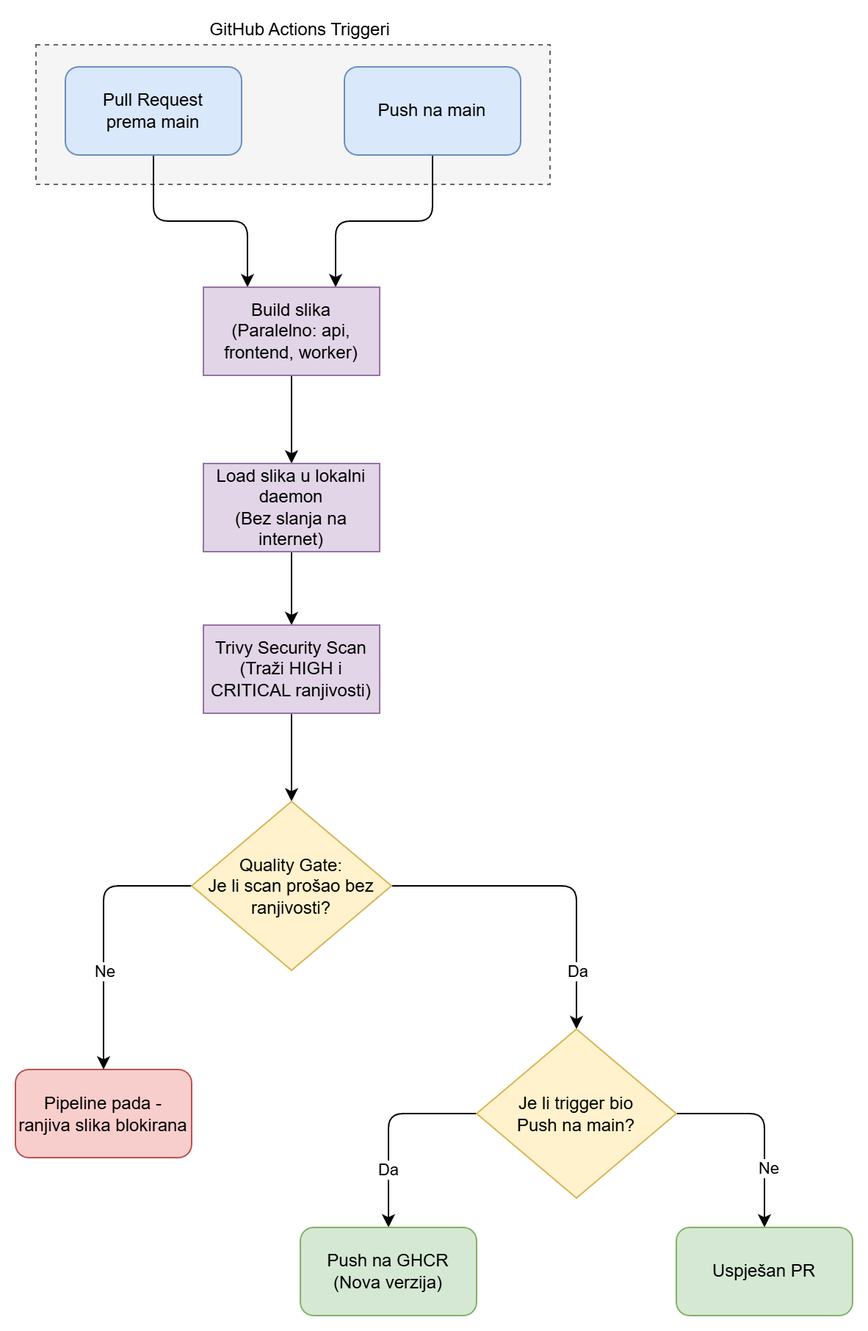
krebor/devops-project-app keeps this draw.io diagram as docs/diagrams/diagram2.png. Above is the earlier version. Source tidied: cells renumbered, new cells last; positions are measured from the earlier drawing's top-left corner, leaving out a move shared by most shapes. Its diagram source:
```xml
<mxGraphModel>
  <root>
    <mxCell id="0" />
    <mxCell id="1" parent="0" />
    <mxCell id="2" style="rounded=0;whiteSpace=wrap;html=1;dashed=1;fillColor=#f5f5f5;fontColor=#333333;strokeColor=#666666;" parent="1" vertex="1">
      <mxGeometry x="14" y="20" width="350" height="95" as="geometry" />
    </mxCell>
    <mxCell id="3" style="edgeStyle=orthogonalEdgeStyle;rounded=1;jettySize=auto;html=1;exitX=0.5;exitY=1;exitDx=0;exitDy=0;entryX=0.25;entryY=0;entryDx=0;entryDy=0;curved=0;" parent="1" edge="1" source="4" target="8">
      <mxGeometry relative="1" as="geometry" />
    </mxCell>
    <mxCell id="4" value="Pull Request&lt;div&gt;prema main&lt;/div&gt;" style="rounded=1;whiteSpace=wrap;html=1;fillColor=#dae8fc;strokeColor=#6c8ebf;" parent="1" vertex="1">
      <mxGeometry x="34" y="35" width="120" height="60" as="geometry" />
    </mxCell>
    <mxCell id="5" style="edgeStyle=orthogonalEdgeStyle;rounded=1;jettySize=auto;html=1;exitX=0.5;exitY=1;exitDx=0;exitDy=0;entryX=0.75;entryY=0;entryDx=0;entryDy=0;curved=0;" parent="1" edge="1" source="6" target="8">
      <mxGeometry relative="1" as="geometry" />
    </mxCell>
    <mxCell id="6" value="Push na main" style="rounded=1;whiteSpace=wrap;html=1;fillColor=#dae8fc;strokeColor=#6c8ebf;" parent="1" vertex="1">
      <mxGeometry x="224" y="35" width="120" height="60" as="geometry" />
    </mxCell>
    <mxCell id="7" style="edgeStyle=orthogonalEdgeStyle;rounded=0;jettySize=auto;html=1;exitX=0.5;exitY=1;exitDx=0;exitDy=0;entryX=0.5;entryY=0;entryDx=0;entryDy=0;" parent="1" edge="1" source="8" target="10">
      <mxGeometry relative="1" as="geometry" />
    </mxCell>
    <mxCell id="8" value="Build slika&lt;div&gt;(Paralelno: api, frontend, worker)&lt;/div&gt;" style="rounded=0;whiteSpace=wrap;html=1;fillColor=#e1d5e7;strokeColor=#9673a6;" parent="1" vertex="1">
      <mxGeometry x="128" y="185" width="120" height="60" as="geometry" />
    </mxCell>
    <mxCell id="9" style="edgeStyle=orthogonalEdgeStyle;rounded=0;jettySize=auto;html=1;exitX=0.5;exitY=1;exitDx=0;exitDy=0;" parent="1" edge="1" source="10" target="12">
      <mxGeometry relative="1" as="geometry" />
    </mxCell>
    <mxCell id="10" value="Load slika u lokalni daemon&lt;div&gt;(Bez slanja na internet)&lt;/div&gt;" style="rounded=0;whiteSpace=wrap;html=1;fillColor=#e1d5e7;strokeColor=#9673a6;" parent="1" vertex="1">
      <mxGeometry x="128" y="305" width="120" height="60" as="geometry" />
    </mxCell>
    <mxCell id="11" style="edgeStyle=orthogonalEdgeStyle;rounded=0;jettySize=auto;html=1;exitX=0.5;exitY=1;exitDx=0;exitDy=0;entryX=0.5;entryY=0;entryDx=0;entryDy=0;" parent="1" edge="1" source="12" target="18">
      <mxGeometry relative="1" as="geometry" />
    </mxCell>
    <mxCell id="12" value="Trivy Security Scan&lt;div&gt;(Traži HIGH i CRITICAL ranjivosti)&lt;/div&gt;" style="rounded=0;whiteSpace=wrap;html=1;fillColor=#e1d5e7;strokeColor=#9673a6;" parent="1" vertex="1">
      <mxGeometry x="128" y="415" width="120" height="60" as="geometry" />
    </mxCell>
    <mxCell id="13" value="Pipeline pada -&lt;div&gt;ranjiva slika blokirana&lt;/div&gt;" style="rounded=1;whiteSpace=wrap;html=1;fillColor=#f8cecc;strokeColor=#b85450;" parent="1" vertex="1">
      <mxGeometry y="717.5" width="120" height="60" as="geometry" />
    </mxCell>
    <mxCell id="14" style="edgeStyle=orthogonalEdgeStyle;rounded=1;jettySize=auto;html=1;exitX=0;exitY=0.5;exitDx=0;exitDy=0;entryX=0.5;entryY=0;entryDx=0;entryDy=0;curved=0;fontStyle=1;" parent="1" edge="1" source="18" target="13">
      <mxGeometry relative="1" as="geometry" />
    </mxCell>
    <mxCell id="15" value="Ne" style="edgeLabel;html=1;align=center;verticalAlign=middle;" parent="14" vertex="1">
      <mxGeometry x="0.32" y="-1" relative="1" as="geometry">
        <mxPoint x="1" y="-4" as="offset" />
      </mxGeometry>
    </mxCell>
    <mxCell id="16" style="edgeStyle=orthogonalEdgeStyle;rounded=1;jettySize=auto;html=1;exitX=1;exitY=0.5;exitDx=0;exitDy=0;entryX=0.5;entryY=0;entryDx=0;entryDy=0;curved=0;" parent="1" edge="1" source="18" target="23">
      <mxGeometry relative="1" as="geometry" />
    </mxCell>
    <mxCell id="17" value="Da" style="edgeLabel;html=1;align=center;verticalAlign=middle;" parent="16" vertex="1">
      <mxGeometry x="0.65" y="-1" relative="1" as="geometry">
        <mxPoint x="1" as="offset" />
      </mxGeometry>
    </mxCell>
    <mxCell id="18" value="Quality Gate:&lt;br&gt;Je li scan prošao bez ranjivosti?" style="rhombus;whiteSpace=wrap;html=1;fillColor=#fff2cc;strokeColor=#d6b656;" parent="1" vertex="1">
      <mxGeometry x="120" y="535" width="136" height="115" as="geometry" />
    </mxCell>
    <mxCell id="19" style="edgeStyle=orthogonalEdgeStyle;rounded=1;jettySize=auto;html=1;exitX=0;exitY=0.5;exitDx=0;exitDy=0;entryX=0.5;entryY=0;entryDx=0;entryDy=0;curved=0;" parent="1" edge="1" source="23" target="24">
      <mxGeometry relative="1" as="geometry" />
    </mxCell>
    <mxCell id="20" value="Da" style="edgeLabel;html=1;align=center;verticalAlign=middle;" parent="19" vertex="1">
      <mxGeometry x="0.42" y="-1" relative="1" as="geometry" />
    </mxCell>
    <mxCell id="21" style="edgeStyle=orthogonalEdgeStyle;rounded=1;jettySize=auto;html=1;exitX=1;exitY=0.5;exitDx=0;exitDy=0;entryX=0.5;entryY=0;entryDx=0;entryDy=0;curved=0;" parent="1" edge="1" source="23" target="25">
      <mxGeometry relative="1" as="geometry" />
    </mxCell>
    <mxCell id="22" value="Ne" style="edgeLabel;html=1;align=center;verticalAlign=middle;" parent="21" vertex="1">
      <mxGeometry x="0.4" y="2" relative="1" as="geometry">
        <mxPoint y="1" as="offset" />
      </mxGeometry>
    </mxCell>
    <mxCell id="23" value="Je li trigger bio&lt;div&gt;Push na main?&lt;/div&gt;" style="rhombus;whiteSpace=wrap;html=1;fillColor=#fff2cc;strokeColor=#d6b656;" parent="1" vertex="1">
      <mxGeometry x="314" y="690" width="136" height="115" as="geometry" />
    </mxCell>
    <mxCell id="24" value="Push na GHCR&lt;div&gt;(Nova verzija)&lt;/div&gt;" style="rounded=1;whiteSpace=wrap;html=1;fillColor=#d5e8d4;strokeColor=#82b366;" parent="1" vertex="1">
      <mxGeometry x="194" y="825" width="120" height="60" as="geometry" />
    </mxCell>
    <mxCell id="25" value="Uspješan PR" style="rounded=1;whiteSpace=wrap;html=1;fillColor=#d5e8d4;strokeColor=#82b366;" parent="1" vertex="1">
      <mxGeometry x="450" y="825" width="120" height="60" as="geometry" />
    </mxCell>
    <mxCell id="26" value="GitHub Actions Triggeri" style="text;html=1;whiteSpace=wrap;strokeColor=none;fillColor=none;align=center;verticalAlign=middle;rounded=0;" parent="1" vertex="1">
      <mxGeometry x="124" width="140" height="20" as="geometry" />
    </mxCell>
  </root>
</mxGraphModel>
```
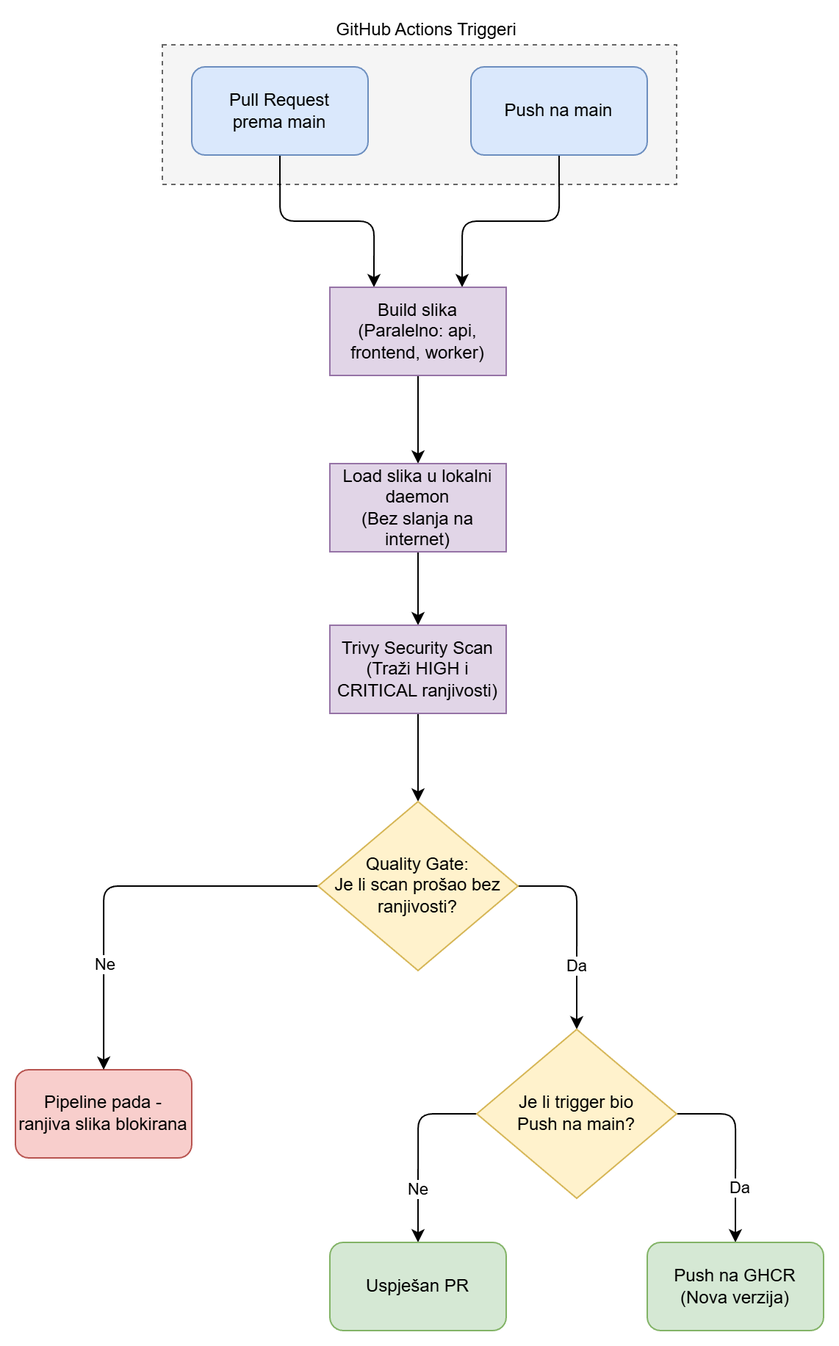
After the commit.

The edit, as a diff of the source:
```diff
@@ -1,4 +1,4 @@
-<mxGraphModel>
+<mxGraphModel background="#ffffff">
   <root>
     <mxCell id="0" />
     <mxCell id="1" parent="0" />
@@ -36,50 +36,59 @@
       <mxGeometry x="128" y="415" width="120" height="60" as="geometry" />
     </mxCell>
     <mxCell id="13" value="Pipeline pada -&lt;div&gt;ranjiva slika blokirana&lt;/div&gt;" style="rounded=1;whiteSpace=wrap;html=1;fillColor=#f8cecc;strokeColor=#b85450;" parent="1" vertex="1">
-      <mxGeometry y="717.5" width="120" height="60" as="geometry" />
+      <mxGeometry x="-86" y="717.5" width="120" height="60" as="geometry" />
     </mxCell>
     <mxCell id="14" style="edgeStyle=orthogonalEdgeStyle;rounded=1;jettySize=auto;html=1;exitX=0;exitY=0.5;exitDx=0;exitDy=0;entryX=0.5;entryY=0;entryDx=0;entryDy=0;curved=0;fontStyle=1;" parent="1" edge="1" source="18" target="13">
-      <mxGeometry relative="1" as="geometry" />
+      <mxGeometry relative="1" as="geometry">
+        <Array as="points">
+          <mxPoint x="-26" y="593" />
+          <mxPoint x="-26" y="718" />
+        </Array>
+      </mxGeometry>
     </mxCell>
-    <mxCell id="15" value="Ne" style="edgeLabel;html=1;align=center;verticalAlign=middle;" parent="14" vertex="1">
-      <mxGeometry x="0.32" y="-1" relative="1" as="geometry">
-        <mxPoint x="1" y="-4" as="offset" />
-      </mxGeometry>
-    </mxCell>
+    <mxCell id="27" value="Ne" style="edgeLabel;html=1;align=center;verticalAlign=middle;" parent="14" vertex="1">
+      <mxGeometry x="0.32" y="-1" relative="1" as="geometry">
+        <mxPoint x="1" y="19" as="offset" />
+      </mxGeometry>
+    </mxCell>
     <mxCell id="16" style="edgeStyle=orthogonalEdgeStyle;rounded=1;jettySize=auto;html=1;exitX=1;exitY=0.5;exitDx=0;exitDy=0;entryX=0.5;entryY=0;entryDx=0;entryDy=0;curved=0;" parent="1" edge="1" source="18" target="23">
       <mxGeometry relative="1" as="geometry" />
     </mxCell>
-    <mxCell id="17" value="Da" style="edgeLabel;html=1;align=center;verticalAlign=middle;" parent="16" vertex="1">
-      <mxGeometry x="0.65" y="-1" relative="1" as="geometry">
-        <mxPoint x="1" as="offset" />
-      </mxGeometry>
-    </mxCell>
+    <mxCell id="28" value="Da" style="edgeLabel;html=1;align=center;verticalAlign=middle;" parent="16" vertex="1">
+      <mxGeometry x="0.25" y="-1" relative="1" as="geometry">
+        <mxPoint y="8" as="offset" />
+      </mxGeometry>
+    </mxCell>
     <mxCell id="18" value="Quality Gate:&lt;br&gt;Je li scan prošao bez ranjivosti?" style="rhombus;whiteSpace=wrap;html=1;fillColor=#fff2cc;strokeColor=#d6b656;" parent="1" vertex="1">
       <mxGeometry x="120" y="535" width="136" height="115" as="geometry" />
     </mxCell>
+    <mxCell id="21" style="edgeStyle=orthogonalEdgeStyle;rounded=1;jettySize=auto;html=1;exitX=0;exitY=0.5;exitDx=0;exitDy=0;entryX=0.5;entryY=0;entryDx=0;entryDy=0;curved=0;" parent="1" edge="1" source="23" target="25">
+      <mxGeometry relative="1" as="geometry">
+        <Array as="points">
+          <mxPoint x="188" y="748" />
+        </Array>
+      </mxGeometry>
+    </mxCell>
+    <mxCell id="29" value="Ne" style="edgeLabel;html=1;align=center;verticalAlign=middle;" parent="21" vertex="1">
+      <mxGeometry x="0.42" y="-1" relative="1" as="geometry" />
+    </mxCell>
-    <mxCell id="19" style="edgeStyle=orthogonalEdgeStyle;rounded=1;jettySize=auto;html=1;exitX=0;exitY=0.5;exitDx=0;exitDy=0;entryX=0.5;entryY=0;entryDx=0;entryDy=0;curved=0;" parent="1" edge="1" source="23" target="24">
+    <mxCell id="19" style="edgeStyle=orthogonalEdgeStyle;rounded=1;jettySize=auto;html=1;exitX=1;exitY=0.5;exitDx=0;exitDy=0;entryX=0.5;entryY=0;entryDx=0;entryDy=0;curved=0;" parent="1" edge="1" source="23" target="24">
       <mxGeometry relative="1" as="geometry" />
     </mxCell>
-    <mxCell id="20" value="Da" style="edgeLabel;html=1;align=center;verticalAlign=middle;" parent="19" vertex="1">
-      <mxGeometry x="0.42" y="-1" relative="1" as="geometry" />
-    </mxCell>
-    <mxCell id="21" style="edgeStyle=orthogonalEdgeStyle;rounded=1;jettySize=auto;html=1;exitX=1;exitY=0.5;exitDx=0;exitDy=0;entryX=0.5;entryY=0;entryDx=0;entryDy=0;curved=0;" parent="1" edge="1" source="23" target="25">
-      <mxGeometry relative="1" as="geometry" />
-    </mxCell>
-    <mxCell id="22" value="Ne" style="edgeLabel;html=1;align=center;verticalAlign=middle;" parent="21" vertex="1">
-      <mxGeometry x="0.4" y="2" relative="1" as="geometry">
-        <mxPoint y="1" as="offset" />
-      </mxGeometry>
-    </mxCell>
+    <mxCell id="30" value="Da" style="edgeLabel;html=1;align=center;verticalAlign=middle;" parent="19" vertex="1">
+      <mxGeometry x="0.4" y="2" relative="1" as="geometry">
+        <mxPoint y="1" as="offset" />
+      </mxGeometry>
+    </mxCell>
     <mxCell id="23" value="Je li trigger bio&lt;div&gt;Push na main?&lt;/div&gt;" style="rhombus;whiteSpace=wrap;html=1;fillColor=#fff2cc;strokeColor=#d6b656;" parent="1" vertex="1">
-      <mxGeometry x="314" y="690" width="136" height="115" as="geometry" />
+      <mxGeometry x="228" y="690" width="136" height="115" as="geometry" />
     </mxCell>
+    <mxCell id="25" value="Uspješan PR" style="rounded=1;whiteSpace=wrap;html=1;fillColor=#d5e8d4;strokeColor=#82b366;" parent="1" vertex="1">
+      <mxGeometry x="128" y="835" width="120" height="60" as="geometry" />
+    </mxCell>
     <mxCell id="24" value="Push na GHCR&lt;div&gt;(Nova verzija)&lt;/div&gt;" style="rounded=1;whiteSpace=wrap;html=1;fillColor=#d5e8d4;strokeColor=#82b366;" parent="1" vertex="1">
-      <mxGeometry x="194" y="825" width="120" height="60" as="geometry" />
+      <mxGeometry x="344" y="835" width="120" height="60" as="geometry" />
     </mxCell>
-    <mxCell id="25" value="Uspješan PR" style="rounded=1;whiteSpace=wrap;html=1;fillColor=#d5e8d4;strokeColor=#82b366;" parent="1" vertex="1">
-      <mxGeometry x="450" y="825" width="120" height="60" as="geometry" />
-    </mxCell>
     <mxCell id="26" value="GitHub Actions Triggeri" style="text;html=1;whiteSpace=wrap;strokeColor=none;fillColor=none;align=center;verticalAlign=middle;rounded=0;" parent="1" vertex="1">
       <mxGeometry x="124" width="140" height="20" as="geometry" />
     </mxCell>
```
